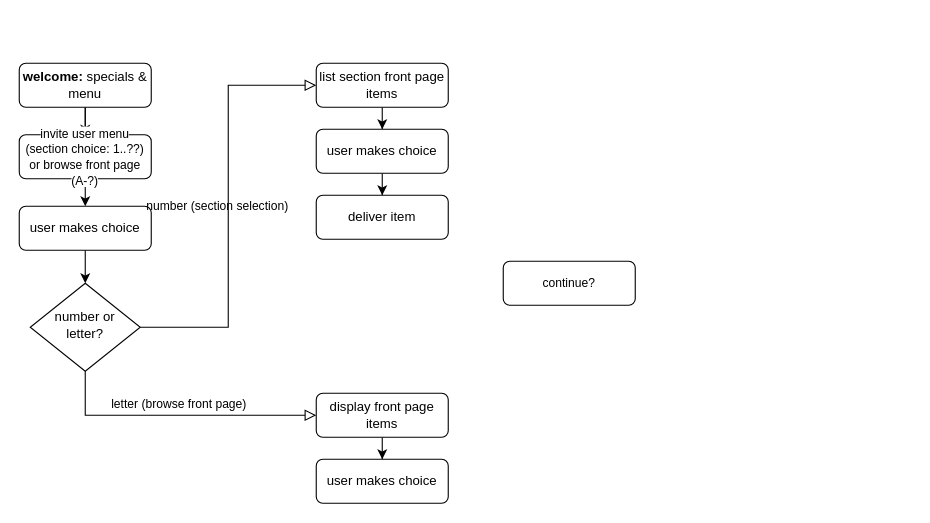
Earlier version of the draw.io diagram almanac.drawio (shacoca/the_code_bucket). Source tidied: cells renumbered, new cells numbered last; positions are measured from the earlier drawing's top-left corner, leaving out a move shared by most shapes. Both pictures are drawn from the tidied source at 110%, with x=0, y=0 at pixel (19, 63).
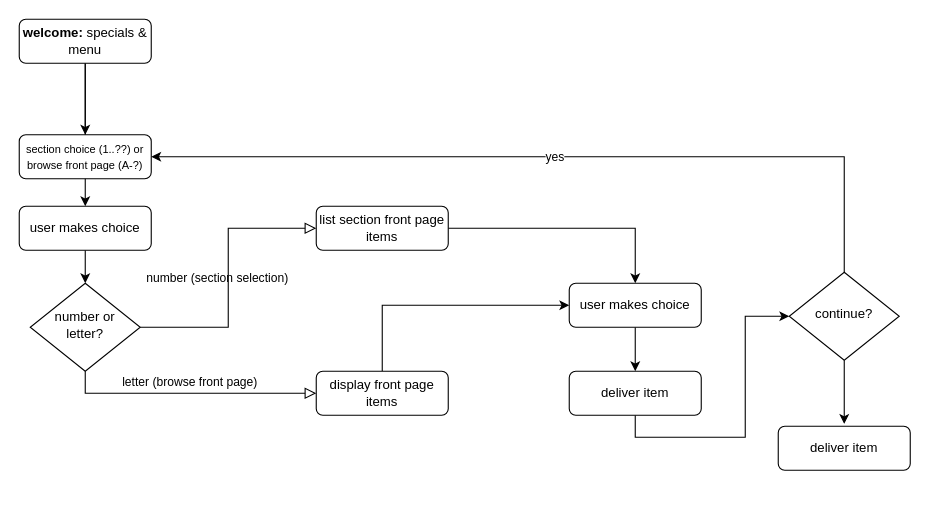
Above is the later version.

Commit message:
Update almanac.drawio, start build

What changed in the source:
```diff
@@
     <mxCell id="4" value="&lt;b&gt;welcome:&lt;/b&gt; specials &amp;amp; menu" style="rounded=1;whiteSpace=wrap;html=1;fontSize=12;glass=0;strokeWidth=1;shadow=0;" parent="1" vertex="1">
-      <mxGeometry width="120" height="40" as="geometry" />
+      <mxGeometry y="-40" width="120" height="40" as="geometry" />
     </mxCell>
@@
-    <mxCell id="7" value="&lt;span style=&quot;font-size: 11px ; background-color: rgb(255 , 255 , 255)&quot;&gt;invite user menu (section choice: 1..??) or browse front page (A-?)&lt;/span&gt;" style="rounded=1;whiteSpace=wrap;html=1;fontSize=12;glass=0;strokeWidth=1;shadow=0;" parent="1" vertex="1">
+    <mxCell id="7" value="&lt;span style=&quot;background-color: rgb(255 , 255 , 255)&quot;&gt;&lt;font style=&quot;font-size: 10px&quot;&gt;section choice (1..??) or browse front page (A-?)&lt;/font&gt;&lt;/span&gt;" style="rounded=1;whiteSpace=wrap;html=1;fontSize=12;glass=0;strokeWidth=1;shadow=0;" parent="1" vertex="1">
       <mxGeometry y="65" width="120" height="40" as="geometry" />
     </mxCell>
@@
     <mxCell id="12" value="list section front page items" style="rounded=1;whiteSpace=wrap;html=1;fontSize=12;glass=0;strokeWidth=1;shadow=0;" parent="1" vertex="1">
-      <mxGeometry x="270" width="120" height="40" as="geometry" />
+      <mxGeometry x="270" y="130" width="120" height="40" as="geometry" />
     </mxCell>
-    <mxCell id="13" value="&lt;span style=&quot;font-size: 11px ; background-color: rgb(255 , 255 , 255)&quot;&gt;continue?&lt;/span&gt;" style="rounded=1;whiteSpace=wrap;html=1;fontSize=12;glass=0;strokeWidth=1;shadow=0;" parent="1" vertex="1">
-      <mxGeometry x="440" y="180" width="120" height="40" as="geometry" />
-    </mxCell>
-    <mxCell id="14" style="edgeStyle=orthogonalEdgeStyle;rounded=0;jettySize=auto;html=1;entryX=0.5;entryY=0;entryDx=0;entryDy=0;" parent="1" edge="1" source="15" target="16">
-      <mxGeometry relative="1" as="geometry" />
-    </mxCell>
+    <mxCell id="20" style="edgeStyle=orthogonalEdgeStyle;rounded=0;jettySize=auto;html=1;exitX=0.5;exitY=0;exitDx=0;exitDy=0;entryX=0;entryY=0.5;entryDx=0;entryDy=0;" parent="1" edge="1" source="15" target="18">
+      <mxGeometry relative="1" as="geometry" />
+    </mxCell>
     <mxCell id="15" value="display front page items" style="rounded=1;whiteSpace=wrap;html=1;fontSize=12;glass=0;strokeWidth=1;shadow=0;" parent="1" vertex="1">
-      <mxGeometry x="270" y="300" width="120" height="40" as="geometry" />
+      <mxGeometry x="270" y="280" width="120" height="40" as="geometry" />
     </mxCell>
-    <mxCell id="16" value="user makes choice" style="rounded=1;whiteSpace=wrap;html=1;fontSize=12;glass=0;strokeWidth=1;shadow=0;" parent="1" vertex="1">
-      <mxGeometry x="270" y="360" width="120" height="40" as="geometry" />
-    </mxCell>
@@
     <mxCell id="18" value="user makes choice" style="rounded=1;whiteSpace=wrap;html=1;fontSize=12;glass=0;strokeWidth=1;shadow=0;" parent="1" vertex="1">
-      <mxGeometry x="270" y="60" width="120" height="40" as="geometry" />
+      <mxGeometry x="500" y="200" width="120" height="40" as="geometry" />
     </mxCell>
+    <mxCell id="21" style="edgeStyle=orthogonalEdgeStyle;rounded=0;jettySize=auto;html=1;exitX=0.5;exitY=1;exitDx=0;exitDy=0;entryX=0;entryY=0.5;entryDx=0;entryDy=0;" parent="1" edge="1" source="19" target="13">
+      <mxGeometry relative="1" as="geometry" />
+    </mxCell>
     <mxCell id="19" value="deliver item" style="rounded=1;whiteSpace=wrap;html=1;fontSize=12;glass=0;strokeWidth=1;shadow=0;" parent="1" vertex="1">
-      <mxGeometry x="270" y="120" width="120" height="40" as="geometry" />
+      <mxGeometry x="500" y="280" width="120" height="40" as="geometry" />
     </mxCell>
+    <mxCell id="22" value="yes" style="edgeStyle=orthogonalEdgeStyle;rounded=0;jettySize=auto;html=1;exitX=0.5;exitY=0;exitDx=0;exitDy=0;entryX=1;entryY=0.5;entryDx=0;entryDy=0;" parent="1" edge="1" source="13" target="7">
+      <mxGeometry relative="1" as="geometry" />
+    </mxCell>
+    <mxCell id="23" style="edgeStyle=orthogonalEdgeStyle;rounded=0;jettySize=auto;html=1;exitX=0.5;exitY=1;exitDx=0;exitDy=0;entryX=0.5;entryY=-0.054;entryDx=0;entryDy=0;entryPerimeter=0;" parent="1" edge="1" source="13" target="24">
+      <mxGeometry relative="1" as="geometry" />
+    </mxCell>
+    <mxCell id="13" value="continue?" style="rhombus;whiteSpace=wrap;html=1;shadow=0;fontFamily=Helvetica;fontSize=12;align=center;strokeWidth=1;spacing=6;spacingTop=-4;" parent="1" vertex="1">
+      <mxGeometry x="700" y="190" width="100" height="80" as="geometry" />
+    </mxCell>
+    <mxCell id="24" value="deliver item" style="rounded=1;whiteSpace=wrap;html=1;fontSize=12;glass=0;strokeWidth=1;shadow=0;" parent="1" vertex="1">
+      <mxGeometry x="690" y="330" width="120" height="40" as="geometry" />
+    </mxCell>
```
